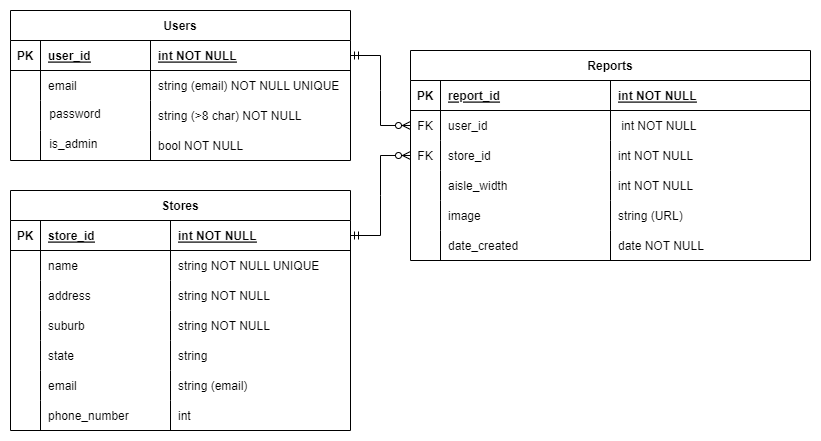
Earlier version of the draw.io export docs/ERD.png (tobyfehily/CRAMPT). Source tidied: cells renumbered, new cells last; positions are measured from the earlier drawing's top-left corner, leaving out a move shared by most shapes. Source of this version:
```xml
<mxGraphModel>
  <root>
    <mxCell id="0" />
    <mxCell id="1" parent="0" />
    <mxCell id="2" value="Reports" style="shape=table;startSize=30;rowLines=0;fontStyle=1;align=center;" parent="1" vertex="1">
      <mxGeometry x="400" y="40" width="400" height="210" as="geometry" />
    </mxCell>
    <mxCell id="3" style="shape=partialRectangle;fillColor=none;top=0;left=0;right=0;bottom=1;" parent="2" vertex="1">
      <mxGeometry y="30" width="400" height="30" as="geometry" />
    </mxCell>
    <mxCell id="4" value="PK" style="shape=partialRectangle;overflow=hidden;fillColor=none;top=0;left=0;bottom=0;right=0;fontStyle=1;" parent="3" vertex="1">
      <mxGeometry width="30" height="30" as="geometry" />
    </mxCell>
    <mxCell id="5" value="report_id" style="shape=partialRectangle;overflow=hidden;fillColor=none;top=0;left=0;bottom=0;right=0;align=left;spacingLeft=6;fontStyle=5;" parent="3" vertex="1">
      <mxGeometry x="30" width="170" height="30" as="geometry" />
    </mxCell>
    <mxCell id="6" value="int NOT NULL" style="shape=partialRectangle;overflow=hidden;fillColor=none;top=0;left=0;bottom=0;right=0;align=left;spacingLeft=6;fontStyle=5;" parent="3" vertex="1">
      <mxGeometry x="200" width="200" height="30" as="geometry" />
    </mxCell>
    <mxCell id="7" style="shape=partialRectangle;fillColor=none;points=[[0,0.5],[1,0.5]];portConstraint=eastwest;top=0;left=0;right=0;bottom=0;" parent="2" vertex="1">
      <mxGeometry y="60" width="400" height="30" as="geometry" />
    </mxCell>
    <mxCell id="8" value="FK" style="shape=partialRectangle;overflow=hidden;fillColor=none;top=0;left=0;bottom=0;right=0;" parent="7" vertex="1">
      <mxGeometry width="30" height="30" as="geometry" />
    </mxCell>
    <mxCell id="9" value="user_id" style="shape=partialRectangle;overflow=hidden;fillColor=none;top=0;left=0;bottom=0;right=0;align=left;spacingLeft=6;" parent="7" vertex="1">
      <mxGeometry x="30" width="170" height="30" as="geometry" />
    </mxCell>
    <mxCell id="10" value=" int NOT NULL" style="shape=partialRectangle;overflow=hidden;fillColor=none;top=0;left=0;bottom=0;right=0;align=left;spacingLeft=6;" parent="7" vertex="1">
      <mxGeometry x="200" width="200" height="30" as="geometry" />
    </mxCell>
    <mxCell id="11" style="shape=partialRectangle;fillColor=none;points=[[0,0.5],[1,0.5]];portConstraint=eastwest;top=0;left=0;right=0;bottom=0;" parent="2" vertex="1">
      <mxGeometry y="90" width="400" height="30" as="geometry" />
    </mxCell>
    <mxCell id="12" value="FK" style="shape=partialRectangle;overflow=hidden;fillColor=none;top=0;left=0;bottom=0;right=0;" parent="11" vertex="1">
      <mxGeometry width="30" height="30" as="geometry" />
    </mxCell>
    <mxCell id="13" value="store_id" style="shape=partialRectangle;overflow=hidden;fillColor=none;top=0;left=0;bottom=0;right=0;align=left;spacingLeft=6;" parent="11" vertex="1">
      <mxGeometry x="30" width="170" height="30" as="geometry" />
    </mxCell>
    <mxCell id="14" value="int NOT NULL" style="shape=partialRectangle;overflow=hidden;fillColor=none;top=0;left=0;bottom=0;right=0;align=left;spacingLeft=6;" parent="11" vertex="1">
      <mxGeometry x="200" width="200" height="30" as="geometry" />
    </mxCell>
    <mxCell id="15" style="shape=partialRectangle;fillColor=none;top=0;left=0;right=0;bottom=0;" parent="2" vertex="1">
      <mxGeometry y="120" width="400" height="30" as="geometry" />
    </mxCell>
    <mxCell id="16" style="shape=partialRectangle;overflow=hidden;fillColor=none;top=0;left=0;bottom=0;right=0;" parent="15" vertex="1">
      <mxGeometry width="30" height="30" as="geometry" />
    </mxCell>
    <mxCell id="17" value="aisle_width" style="shape=partialRectangle;overflow=hidden;fillColor=none;top=0;left=0;bottom=0;right=0;align=left;spacingLeft=6;" parent="15" vertex="1">
      <mxGeometry x="30" width="170" height="30" as="geometry" />
    </mxCell>
    <mxCell id="18" value="int NOT NULL" style="shape=partialRectangle;overflow=hidden;fillColor=none;top=0;left=0;bottom=0;right=0;align=left;spacingLeft=6;" parent="15" vertex="1">
      <mxGeometry x="200" width="200" height="30" as="geometry" />
    </mxCell>
    <mxCell id="19" style="shape=partialRectangle;fillColor=none;top=0;left=0;right=0;bottom=0;" parent="2" vertex="1">
      <mxGeometry y="150" width="400" height="30" as="geometry" />
    </mxCell>
    <mxCell id="20" style="shape=partialRectangle;overflow=hidden;fillColor=none;top=0;left=0;bottom=0;right=0;" parent="19" vertex="1">
      <mxGeometry width="30" height="30" as="geometry" />
    </mxCell>
    <mxCell id="21" value="image" style="shape=partialRectangle;overflow=hidden;fillColor=none;top=0;left=0;bottom=0;right=0;align=left;spacingLeft=6;" parent="19" vertex="1">
      <mxGeometry x="30" width="170" height="30" as="geometry" />
    </mxCell>
    <mxCell id="22" value="string (URL)" style="shape=partialRectangle;overflow=hidden;fillColor=none;top=0;left=0;bottom=0;right=0;align=left;spacingLeft=6;" parent="19" vertex="1">
      <mxGeometry x="200" width="200" height="30" as="geometry" />
    </mxCell>
    <mxCell id="23" style="shape=partialRectangle;fillColor=none;top=0;left=0;right=0;bottom=0;" parent="2" vertex="1">
      <mxGeometry y="180" width="400" height="30" as="geometry" />
    </mxCell>
    <mxCell id="24" style="shape=partialRectangle;overflow=hidden;fillColor=none;top=0;left=0;bottom=0;right=0;" parent="23" vertex="1">
      <mxGeometry width="30" height="30" as="geometry" />
    </mxCell>
    <mxCell id="25" value="date_created" style="shape=partialRectangle;overflow=hidden;fillColor=none;top=0;left=0;bottom=0;right=0;align=left;spacingLeft=6;" parent="23" vertex="1">
      <mxGeometry x="30" width="170" height="30" as="geometry" />
    </mxCell>
    <mxCell id="26" value="date NOT NULL" style="shape=partialRectangle;overflow=hidden;fillColor=none;top=0;left=0;bottom=0;right=0;align=left;spacingLeft=6;" parent="23" vertex="1">
      <mxGeometry x="200" width="200" height="30" as="geometry" />
    </mxCell>
    <mxCell id="27" value="Stores" style="shape=table;startSize=30;rowLines=0;fontStyle=1;align=center;" parent="1" vertex="1">
      <mxGeometry y="180" width="340" height="240" as="geometry" />
    </mxCell>
    <mxCell id="28" style="shape=partialRectangle;fillColor=none;points=[[0,0.5],[1,0.5]];portConstraint=eastwest;top=0;left=0;right=0;bottom=1;" parent="27" vertex="1">
      <mxGeometry y="30" width="340" height="30" as="geometry" />
    </mxCell>
    <mxCell id="29" value="PK" style="shape=partialRectangle;overflow=hidden;fillColor=none;top=0;left=0;bottom=0;right=0;fontStyle=1;" parent="28" vertex="1">
      <mxGeometry width="30" height="30" as="geometry" />
    </mxCell>
    <mxCell id="30" value="store_id" style="shape=partialRectangle;overflow=hidden;fillColor=none;top=0;left=0;bottom=0;right=0;align=left;spacingLeft=6;fontStyle=5;" parent="28" vertex="1">
      <mxGeometry x="30" width="130" height="30" as="geometry" />
    </mxCell>
    <mxCell id="31" value="int NOT NULL" style="shape=partialRectangle;overflow=hidden;fillColor=none;top=0;left=0;bottom=0;right=0;align=left;spacingLeft=6;fontStyle=5;" parent="28" vertex="1">
      <mxGeometry x="160" width="180" height="30" as="geometry" />
    </mxCell>
    <mxCell id="32" style="shape=partialRectangle;fillColor=none;top=0;left=0;right=0;bottom=0;" parent="27" vertex="1">
      <mxGeometry y="60" width="340" height="30" as="geometry" />
    </mxCell>
    <mxCell id="33" style="shape=partialRectangle;overflow=hidden;fillColor=none;top=0;left=0;bottom=0;right=0;" parent="32" vertex="1">
      <mxGeometry width="30" height="30" as="geometry" />
    </mxCell>
    <mxCell id="34" value="name" style="shape=partialRectangle;overflow=hidden;fillColor=none;top=0;left=0;bottom=0;right=0;align=left;spacingLeft=6;" parent="32" vertex="1">
      <mxGeometry x="30" width="130" height="30" as="geometry" />
    </mxCell>
    <mxCell id="35" value="string NOT NULL UNIQUE" style="shape=partialRectangle;overflow=hidden;fillColor=none;top=0;left=0;bottom=0;right=0;align=left;spacingLeft=6;" parent="32" vertex="1">
      <mxGeometry x="160" width="180" height="30" as="geometry" />
    </mxCell>
    <mxCell id="36" style="shape=partialRectangle;fillColor=none;top=0;left=0;right=0;bottom=0;" parent="27" vertex="1">
      <mxGeometry y="90" width="340" height="30" as="geometry" />
    </mxCell>
    <mxCell id="37" style="shape=partialRectangle;overflow=hidden;fillColor=none;top=0;left=0;bottom=0;right=0;" parent="36" vertex="1">
      <mxGeometry width="30" height="30" as="geometry" />
    </mxCell>
    <mxCell id="38" value="address" style="shape=partialRectangle;overflow=hidden;fillColor=none;top=0;left=0;bottom=0;right=0;align=left;spacingLeft=6;" parent="36" vertex="1">
      <mxGeometry x="30" width="130" height="30" as="geometry" />
    </mxCell>
    <mxCell id="39" value="string NOT NULL" style="shape=partialRectangle;overflow=hidden;fillColor=none;top=0;left=0;bottom=0;right=0;align=left;spacingLeft=6;" parent="36" vertex="1">
      <mxGeometry x="160" width="180" height="30" as="geometry" />
    </mxCell>
    <mxCell id="40" style="shape=partialRectangle;fillColor=none;top=0;left=0;right=0;bottom=0;" parent="27" vertex="1">
      <mxGeometry y="120" width="340" height="30" as="geometry" />
    </mxCell>
    <mxCell id="41" style="shape=partialRectangle;overflow=hidden;fillColor=none;top=0;left=0;bottom=0;right=0;" parent="40" vertex="1">
      <mxGeometry width="30" height="30" as="geometry" />
    </mxCell>
    <mxCell id="42" value="suburb   " style="shape=partialRectangle;overflow=hidden;fillColor=none;top=0;left=0;bottom=0;right=0;align=left;spacingLeft=6;" parent="40" vertex="1">
      <mxGeometry x="30" width="130" height="30" as="geometry" />
    </mxCell>
    <mxCell id="43" value="string NOT NULL" style="shape=partialRectangle;overflow=hidden;fillColor=none;top=0;left=0;bottom=0;right=0;align=left;spacingLeft=6;" parent="40" vertex="1">
      <mxGeometry x="160" width="180" height="30" as="geometry" />
    </mxCell>
    <mxCell id="44" style="shape=partialRectangle;fillColor=none;top=0;left=0;right=0;bottom=0;" parent="27" vertex="1">
      <mxGeometry y="150" width="340" height="30" as="geometry" />
    </mxCell>
    <mxCell id="45" style="shape=partialRectangle;overflow=hidden;fillColor=none;top=0;left=0;bottom=0;right=0;" parent="44" vertex="1">
      <mxGeometry width="30" height="30" as="geometry" />
    </mxCell>
    <mxCell id="46" value="state" style="shape=partialRectangle;overflow=hidden;fillColor=none;top=0;left=0;bottom=0;right=0;align=left;spacingLeft=6;" parent="44" vertex="1">
      <mxGeometry x="30" width="130" height="30" as="geometry" />
    </mxCell>
    <mxCell id="47" value="string" style="shape=partialRectangle;overflow=hidden;fillColor=none;top=0;left=0;bottom=0;right=0;align=left;spacingLeft=6;" parent="44" vertex="1">
      <mxGeometry x="160" width="180" height="30" as="geometry" />
    </mxCell>
    <mxCell id="48" style="shape=partialRectangle;fillColor=none;top=0;left=0;right=0;bottom=0;" parent="27" vertex="1">
      <mxGeometry y="180" width="340" height="30" as="geometry" />
    </mxCell>
    <mxCell id="49" style="shape=partialRectangle;overflow=hidden;fillColor=none;top=0;left=0;bottom=0;right=0;" parent="48" vertex="1">
      <mxGeometry width="30" height="30" as="geometry" />
    </mxCell>
    <mxCell id="50" value="email" style="shape=partialRectangle;overflow=hidden;fillColor=none;top=0;left=0;bottom=0;right=0;align=left;spacingLeft=6;" parent="48" vertex="1">
      <mxGeometry x="30" width="130" height="30" as="geometry" />
    </mxCell>
    <mxCell id="51" value="string (email)" style="shape=partialRectangle;overflow=hidden;fillColor=none;top=0;left=0;bottom=0;right=0;align=left;spacingLeft=6;" parent="48" vertex="1">
      <mxGeometry x="160" width="180" height="30" as="geometry" />
    </mxCell>
    <mxCell id="52" style="shape=partialRectangle;fillColor=none;top=0;left=0;right=0;bottom=0;" parent="27" vertex="1">
      <mxGeometry y="210" width="340" height="30" as="geometry" />
    </mxCell>
    <mxCell id="53" style="shape=partialRectangle;overflow=hidden;fillColor=none;top=0;left=0;bottom=0;right=0;" parent="52" vertex="1">
      <mxGeometry width="30" height="30" as="geometry" />
    </mxCell>
    <mxCell id="54" value="phone_number " style="shape=partialRectangle;overflow=hidden;fillColor=none;top=0;left=0;bottom=0;right=0;align=left;spacingLeft=6;" parent="52" vertex="1">
      <mxGeometry x="30" width="130" height="30" as="geometry" />
    </mxCell>
    <mxCell id="55" value="int" style="shape=partialRectangle;overflow=hidden;fillColor=none;top=0;left=0;bottom=0;right=0;align=left;spacingLeft=6;" parent="52" vertex="1">
      <mxGeometry x="160" width="180" height="30" as="geometry" />
    </mxCell>
    <mxCell id="56" value="Users" style="shape=table;startSize=30;rowLines=0;fontStyle=1;align=center;" parent="1" vertex="1">
      <mxGeometry width="340" height="150" as="geometry" />
    </mxCell>
    <mxCell id="57" style="shape=partialRectangle;fillColor=none;points=[[0,0.5],[1,0.5]];portConstraint=eastwest;top=0;left=0;right=0;bottom=1;" parent="56" vertex="1">
      <mxGeometry y="30" width="340" height="30" as="geometry" />
    </mxCell>
    <mxCell id="58" value="PK" style="shape=partialRectangle;overflow=hidden;fillColor=none;top=0;left=0;bottom=0;right=0;fontStyle=1;" parent="57" vertex="1">
      <mxGeometry width="30" height="30" as="geometry" />
    </mxCell>
    <mxCell id="59" value="user_id" style="shape=partialRectangle;overflow=hidden;fillColor=none;top=0;left=0;bottom=0;right=0;align=left;spacingLeft=6;fontStyle=5;" parent="57" vertex="1">
      <mxGeometry x="30" width="110" height="30" as="geometry" />
    </mxCell>
    <mxCell id="60" value="int NOT NULL" style="shape=partialRectangle;overflow=hidden;fillColor=none;top=0;left=0;bottom=0;right=0;align=left;spacingLeft=6;fontStyle=5;" parent="57" vertex="1">
      <mxGeometry x="140" width="200" height="30" as="geometry" />
    </mxCell>
    <mxCell id="61" style="shape=partialRectangle;fillColor=none;top=0;left=0;right=0;bottom=0;" parent="56" vertex="1">
      <mxGeometry y="60" width="340" height="30" as="geometry" />
    </mxCell>
    <mxCell id="62" style="shape=partialRectangle;overflow=hidden;fillColor=none;top=0;left=0;bottom=0;right=0;" parent="61" vertex="1">
      <mxGeometry width="30" height="30" as="geometry" />
    </mxCell>
    <mxCell id="63" value="email" style="shape=partialRectangle;overflow=hidden;fillColor=none;top=0;left=0;bottom=0;right=0;align=left;spacingLeft=6;" parent="61" vertex="1">
      <mxGeometry x="30" width="110" height="30" as="geometry" />
    </mxCell>
    <mxCell id="64" value="string (email) NOT NULL UNIQUE" style="shape=partialRectangle;overflow=hidden;fillColor=none;top=0;left=0;bottom=0;right=0;align=left;spacingLeft=6;" parent="61" vertex="1">
      <mxGeometry x="140" width="200" height="30" as="geometry" />
    </mxCell>
    <mxCell id="65" style="shape=partialRectangle;fillColor=none;top=0;left=0;right=0;bottom=0;" parent="56" vertex="1">
      <mxGeometry y="90" width="340" height="30" as="geometry" />
    </mxCell>
    <mxCell id="66" style="shape=partialRectangle;overflow=hidden;fillColor=none;top=0;left=0;bottom=0;right=0;" parent="65" vertex="1">
      <mxGeometry width="30" height="30" as="geometry" />
    </mxCell>
    <mxCell id="67" style="shape=partialRectangle;overflow=hidden;fillColor=none;top=0;left=0;bottom=0;right=0;align=left;spacingLeft=6;" parent="65" vertex="1">
      <mxGeometry x="30" width="110" height="30" as="geometry" />
    </mxCell>
    <mxCell id="68" value="string (&gt;8 char) NOT NULL" style="shape=partialRectangle;overflow=hidden;fillColor=none;top=0;left=0;bottom=0;right=0;align=left;spacingLeft=6;" parent="65" vertex="1">
      <mxGeometry x="140" width="200" height="30" as="geometry" />
    </mxCell>
    <mxCell id="69" style="shape=partialRectangle;fillColor=none;top=0;left=0;right=0;bottom=0;" parent="56" vertex="1">
      <mxGeometry y="120" width="340" height="30" as="geometry" />
    </mxCell>
    <mxCell id="70" style="shape=partialRectangle;overflow=hidden;fillColor=none;top=0;left=0;bottom=0;right=0;" parent="69" vertex="1">
      <mxGeometry width="30" height="30" as="geometry" />
    </mxCell>
    <mxCell id="71" style="shape=partialRectangle;overflow=hidden;fillColor=none;top=0;left=0;bottom=0;right=0;align=left;spacingLeft=6;" parent="69" vertex="1">
      <mxGeometry x="30" width="110" height="30" as="geometry" />
    </mxCell>
    <mxCell id="72" value="bool NOT NULL" style="shape=partialRectangle;overflow=hidden;fillColor=none;top=0;left=0;bottom=0;right=0;align=left;spacingLeft=6;" parent="69" vertex="1">
      <mxGeometry x="140" width="200" height="30" as="geometry" />
    </mxCell>
    <mxCell id="73" value="&amp;nbsp;password" style="text;strokeColor=none;fillColor=none;spacingLeft=4;spacingRight=4;overflow=hidden;fontSize=12;whiteSpace=wrap;html=1;" parent="1" vertex="1">
      <mxGeometry x="30" y="90" width="220" height="30" as="geometry" />
    </mxCell>
    <mxCell id="74" value="&amp;nbsp;is_admin" style="text;strokeColor=none;fillColor=none;spacingLeft=4;spacingRight=4;overflow=hidden;fontSize=12;whiteSpace=wrap;html=1;" parent="1" vertex="1">
      <mxGeometry x="30" y="120" width="130" height="30" as="geometry" />
    </mxCell>
    <mxCell id="75" style="edgeStyle=entityRelationEdgeStyle;fontSize=12;html=1;endArrow=ERzeroToMany;startArrow=ERmandOne;rounded=0;exitX=1;exitY=0.5;exitDx=0;exitDy=0;entryX=0;entryY=0.5;entryDx=0;entryDy=0;" parent="1" edge="1" source="57" target="7">
      <mxGeometry relative="1" as="geometry" />
    </mxCell>
    <mxCell id="76" style="edgeStyle=entityRelationEdgeStyle;fontSize=12;html=1;endArrow=ERzeroToMany;startArrow=ERmandOne;rounded=0;exitX=1;exitY=0.5;exitDx=0;exitDy=0;entryX=0;entryY=0.5;entryDx=0;entryDy=0;" parent="1" edge="1" source="28" target="11">
      <mxGeometry relative="1" as="geometry" />
    </mxCell>
  </root>
</mxGraphModel>
```
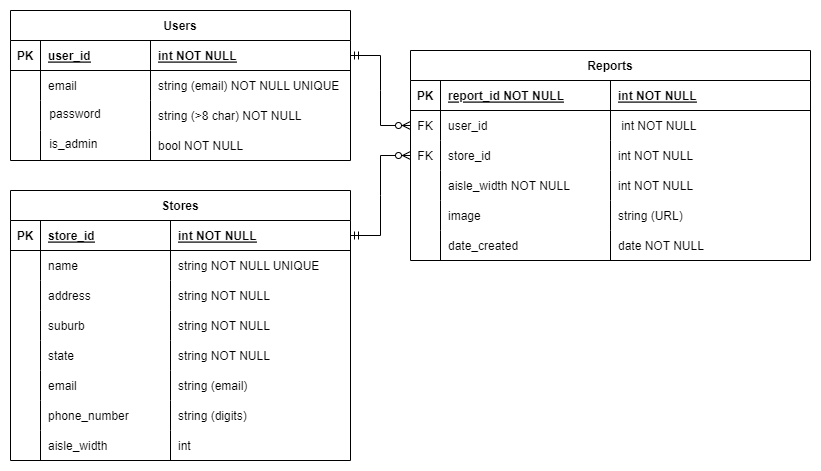
Later version of the same file.

Change to the diagram source:
```diff
@@ -11,7 +11,7 @@
     <mxCell id="4" value="PK" style="shape=partialRectangle;overflow=hidden;fillColor=none;top=0;left=0;bottom=0;right=0;fontStyle=1;" parent="3" vertex="1">
       <mxGeometry width="30" height="30" as="geometry" />
     </mxCell>
-    <mxCell id="5" value="report_id" style="shape=partialRectangle;overflow=hidden;fillColor=none;top=0;left=0;bottom=0;right=0;align=left;spacingLeft=6;fontStyle=5;" parent="3" vertex="1">
+    <mxCell id="5" value="report_id NOT NULL " style="shape=partialRectangle;overflow=hidden;fillColor=none;top=0;left=0;bottom=0;right=0;align=left;spacingLeft=6;fontStyle=5;" parent="3" vertex="1">
       <mxGeometry x="30" width="170" height="30" as="geometry" />
     </mxCell>
     <mxCell id="6" value="int NOT NULL" style="shape=partialRectangle;overflow=hidden;fillColor=none;top=0;left=0;bottom=0;right=0;align=left;spacingLeft=6;fontStyle=5;" parent="3" vertex="1">
@@ -47,7 +47,7 @@
     <mxCell id="16" style="shape=partialRectangle;overflow=hidden;fillColor=none;top=0;left=0;bottom=0;right=0;" parent="15" vertex="1">
       <mxGeometry width="30" height="30" as="geometry" />
     </mxCell>
-    <mxCell id="17" value="aisle_width" style="shape=partialRectangle;overflow=hidden;fillColor=none;top=0;left=0;bottom=0;right=0;align=left;spacingLeft=6;" parent="15" vertex="1">
+    <mxCell id="17" value="aisle_width NOT NULL" style="shape=partialRectangle;overflow=hidden;fillColor=none;top=0;left=0;bottom=0;right=0;align=left;spacingLeft=6;" parent="15" vertex="1">
       <mxGeometry x="30" width="170" height="30" as="geometry" />
     </mxCell>
     <mxCell id="18" value="int NOT NULL" style="shape=partialRectangle;overflow=hidden;fillColor=none;top=0;left=0;bottom=0;right=0;align=left;spacingLeft=6;" parent="15" vertex="1">
@@ -78,7 +78,7 @@
       <mxGeometry x="200" width="200" height="30" as="geometry" />
     </mxCell>
     <mxCell id="27" value="Stores" style="shape=table;startSize=30;rowLines=0;fontStyle=1;align=center;" parent="1" vertex="1">
-      <mxGeometry y="180" width="340" height="240" as="geometry" />
+      <mxGeometry y="180" width="340" height="270" as="geometry" />
     </mxCell>
     <mxCell id="28" style="shape=partialRectangle;fillColor=none;points=[[0,0.5],[1,0.5]];portConstraint=eastwest;top=0;left=0;right=0;bottom=1;" parent="27" vertex="1">
       <mxGeometry y="30" width="340" height="30" as="geometry" />
@@ -137,7 +137,7 @@
     <mxCell id="46" value="state" style="shape=partialRectangle;overflow=hidden;fillColor=none;top=0;left=0;bottom=0;right=0;align=left;spacingLeft=6;" parent="44" vertex="1">
       <mxGeometry x="30" width="130" height="30" as="geometry" />
     </mxCell>
-    <mxCell id="47" value="string" style="shape=partialRectangle;overflow=hidden;fillColor=none;top=0;left=0;bottom=0;right=0;align=left;spacingLeft=6;" parent="44" vertex="1">
+    <mxCell id="47" value="string NOT NULL" style="shape=partialRectangle;overflow=hidden;fillColor=none;top=0;left=0;bottom=0;right=0;align=left;spacingLeft=6;" parent="44" vertex="1">
       <mxGeometry x="160" width="180" height="30" as="geometry" />
     </mxCell>
     <mxCell id="48" style="shape=partialRectangle;fillColor=none;top=0;left=0;right=0;bottom=0;" parent="27" vertex="1">
@@ -161,9 +161,21 @@
     <mxCell id="54" value="phone_number " style="shape=partialRectangle;overflow=hidden;fillColor=none;top=0;left=0;bottom=0;right=0;align=left;spacingLeft=6;" parent="52" vertex="1">
       <mxGeometry x="30" width="130" height="30" as="geometry" />
     </mxCell>
-    <mxCell id="55" value="int" style="shape=partialRectangle;overflow=hidden;fillColor=none;top=0;left=0;bottom=0;right=0;align=left;spacingLeft=6;" parent="52" vertex="1">
+    <mxCell id="55" value="string (digits)" style="shape=partialRectangle;overflow=hidden;fillColor=none;top=0;left=0;bottom=0;right=0;align=left;spacingLeft=6;" parent="52" vertex="1">
       <mxGeometry x="160" width="180" height="30" as="geometry" />
     </mxCell>
+    <mxCell id="77" style="shape=partialRectangle;fillColor=none;top=0;left=0;right=0;bottom=0;" parent="27" vertex="1">
+      <mxGeometry y="240" width="340" height="30" as="geometry" />
+    </mxCell>
+    <mxCell id="78" style="shape=partialRectangle;overflow=hidden;fillColor=none;top=0;left=0;bottom=0;right=0;" parent="77" vertex="1">
+      <mxGeometry width="30" height="30" as="geometry" />
+    </mxCell>
+    <mxCell id="79" value="aisle_width" style="shape=partialRectangle;overflow=hidden;fillColor=none;top=0;left=0;bottom=0;right=0;align=left;spacingLeft=6;" parent="77" vertex="1">
+      <mxGeometry x="30" width="130" height="30" as="geometry" />
+    </mxCell>
+    <mxCell id="80" value="int" style="shape=partialRectangle;overflow=hidden;fillColor=none;top=0;left=0;bottom=0;right=0;align=left;spacingLeft=6;" parent="77" vertex="1">
+      <mxGeometry x="160" width="180" height="30" as="geometry" />
+    </mxCell>
     <mxCell id="56" value="Users" style="shape=table;startSize=30;rowLines=0;fontStyle=1;align=center;" parent="1" vertex="1">
       <mxGeometry width="340" height="150" as="geometry" />
     </mxCell>
```
